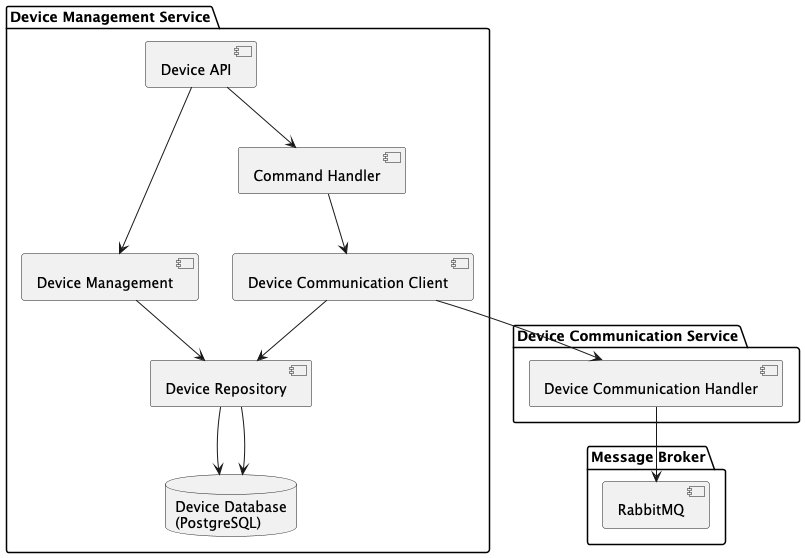
Earlier version of the PlantUML export apps/smart_home/.docs/diagrams/microservices-c4-components-diagram.png (t0niq/architecture-warmhouse). Source of this version:
```plantuml
@startuml
package "Device Management Service" {

    [Device API] --> [Command Handler]
    [Device API] --> [Device Management]

    [Command Handler] --> [Device Communication Client]
    [Device Communication Client] --> [Device Repository]

    [Device Management] --> [Device Repository]

    database "Device Database\n(PostgreSQL)" as DeviceDb
    [Device Repository] --> DeviceDb
}

package "Device Communication Service" {
    [Device Communication Client] --> [Device Communication Handler]
}

package "Message Broker" {
    [Device Communication Handler] --> [RabbitMQ]

}
    database "Device Database\n(PostgreSQL)" as DeviceDb
    [Device Repository] --> DeviceDb
}
@enduml
```
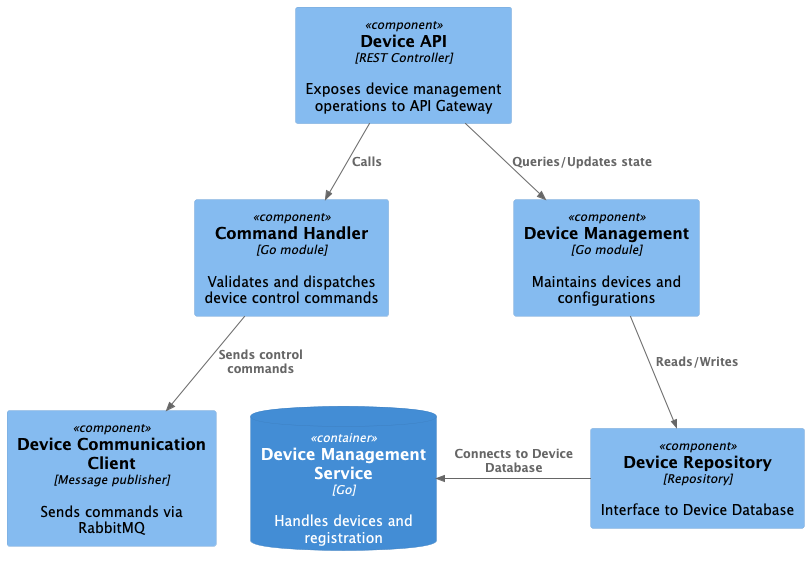
Above is the later version.

The edit, as a diff of the source:
```diff
@@ -1,27 +1,19 @@
 @startuml
-package "Device Management Service" {
+!includeurl https://raw.githubusercontent.com/plantuml-stdlib/C4-PlantUML/master/C4_Component.puml
 
-    [Device API] --> [Command Handler]
-    [Device API] --> [Device Management]
+ContainerDb(deviceManagementService, "Device Management Service", "Go", "Handles devices and registration")
 
-    [Command Handler] --> [Device Communication Client]
-    [Device Communication Client] --> [Device Repository]
+Component(api, "Device API", "REST Controller", "Exposes device management operations to API Gateway")
+Component(commandHandler, "Command Handler", "Go module", "Validates and dispatches device control commands")
+Component(stateManager, "Device Management", "Go module", "Maintains devices and configurations")
+Component(deviceRepo, "Device Repository", "Repository", "Interface to Device Database")
+Component(commClient, "Device Communication Client", "Message publisher", "Sends commands via RabbitMQ")
 
-    [Device Management] --> [Device Repository]
+Rel(api, commandHandler, "Calls")
+Rel(api, stateManager, "Queries/Updates state")
+Rel(commandHandler, commClient, "Sends control commands")
+Rel(stateManager, deviceRepo, "Reads/Writes")
 
-    database "Device Database\n(PostgreSQL)" as DeviceDb
-    [Device Repository] --> DeviceDb
-}
+Rel_L(deviceRepo, deviceManagementService, "Connects to Device Database")
 
-package "Device Communication Service" {
-    [Device Communication Client] --> [Device Communication Handler]
-}
-
-package "Message Broker" {
-    [Device Communication Handler] --> [RabbitMQ]
-
-}
-    database "Device Database\n(PostgreSQL)" as DeviceDb
-    [Device Repository] --> DeviceDb
-}
 @enduml
```
